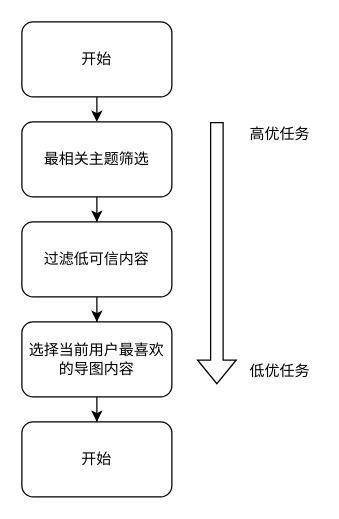
justxuewei/draw.io keeps this draw.io diagram as page "Page-4" (4 of 6) of 开题报告.drawio. Above is the earlier version. Source tidied: cells renumbered, new cells numbered last; positions are measured from the earlier drawing's top-left corner, leaving out a move shared by most shapes. Both pictures are drawn from the tidied source at 125%, with x=0, y=0 at pixel (21, 21).
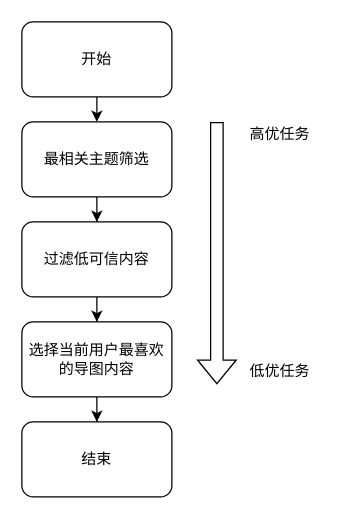
After the change.

What changed in the source:
```diff
@@
 <mxGraphModel>
   <root>
     <mxCell id="0" />
     <mxCell id="1" parent="0" />
     <mxCell id="2" style="edgeStyle=orthogonalEdgeStyle;rounded=0;jettySize=auto;html=1;exitX=0.5;exitY=1;exitDx=0;exitDy=0;entryX=0.5;entryY=0;entryDx=0;entryDy=0;" parent="1" edge="1" source="3" target="5">
       <mxGeometry relative="1" as="geometry" />
     </mxCell>
     <mxCell id="3" value="开始" style="rounded=1;whiteSpace=wrap;html=1;" parent="1" vertex="1">
       <mxGeometry width="120" height="60" as="geometry" />
     </mxCell>
     <mxCell id="4" style="edgeStyle=orthogonalEdgeStyle;rounded=0;jettySize=auto;html=1;exitX=0.5;exitY=1;exitDx=0;exitDy=0;" parent="1" edge="1" source="5" target="7">
       <mxGeometry relative="1" as="geometry" />
     </mxCell>
     <mxCell id="5" value="最相关主题筛选" style="rounded=1;whiteSpace=wrap;html=1;" parent="1" vertex="1">
       <mxGeometry y="80" width="120" height="60" as="geometry" />
     </mxCell>
     <mxCell id="6" style="edgeStyle=orthogonalEdgeStyle;rounded=0;jettySize=auto;html=1;" parent="1" edge="1" source="7" target="9">
       <mxGeometry relative="1" as="geometry" />
     </mxCell>
     <mxCell id="7" value="过滤低可信内容" style="rounded=1;whiteSpace=wrap;html=1;" parent="1" vertex="1">
       <mxGeometry y="160" width="120" height="60" as="geometry" />
     </mxCell>
     <mxCell id="8" style="edgeStyle=orthogonalEdgeStyle;rounded=0;jettySize=auto;html=1;" parent="1" edge="1" source="9" target="10">
       <mxGeometry relative="1" as="geometry" />
     </mxCell>
     <mxCell id="9" value="选择当前用户最喜欢的导图内容" style="rounded=1;whiteSpace=wrap;html=1;" parent="1" vertex="1">
       <mxGeometry y="240" width="120" height="60" as="geometry" />
     </mxCell>
-    <mxCell id="10" value="开始" style="rounded=1;whiteSpace=wrap;html=1;" parent="1" vertex="1">
+    <mxCell id="10" value="结束" style="rounded=1;whiteSpace=wrap;html=1;" parent="1" vertex="1">
       <mxGeometry y="320" width="120" height="60" as="geometry" />
     </mxCell>
     <mxCell id="11" style="shape=flexArrow;endArrow=classic;html=1;rounded=0;" parent="1" edge="1">
       <mxGeometry relative="1" as="geometry">
         <mxPoint x="156" y="80" as="sourcePoint" />
         <mxPoint x="156" y="290" as="targetPoint" />
       </mxGeometry>
     </mxCell>
     <mxCell id="12" value="高优任务" style="text;html=1;align=center;verticalAlign=middle;strokeColor=none;fillColor=none;" parent="1" vertex="1">
       <mxGeometry x="176" y="80" width="60" height="20" as="geometry" />
     </mxCell>
     <mxCell id="13" value="低优任务" style="text;html=1;align=center;verticalAlign=middle;strokeColor=none;fillColor=none;" parent="1" vertex="1">
       <mxGeometry x="176" y="270" width="60" height="20" as="geometry" />
     </mxCell>
   </root>
 </mxGraphModel>
```
